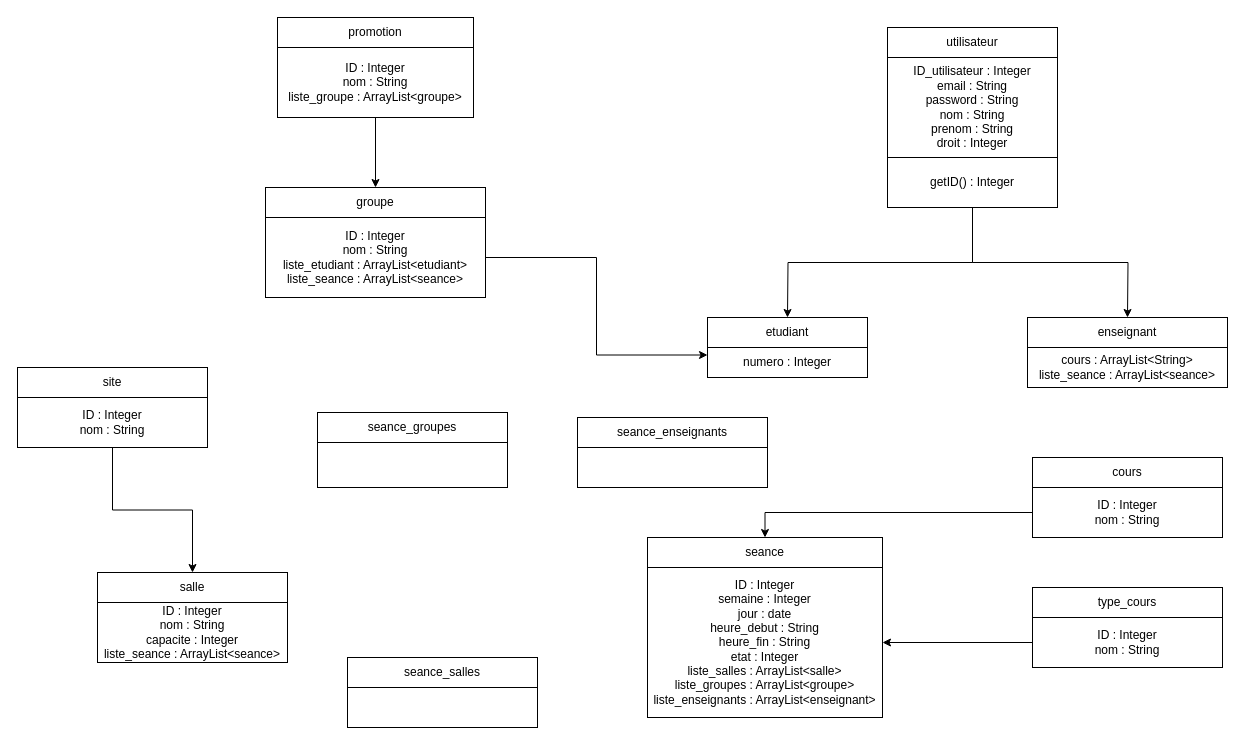
Before: Untitled Diagram.drawio in Quiery/timetable, a draw.io diagram. Source tidied: cells renumbered, new cells numbered last; positions are measured from the earlier drawing's top-left corner, leaving out a move shared by most shapes. Both pictures are drawn from the tidied source at 100%, with x=0, y=0 at pixel (17, 17).
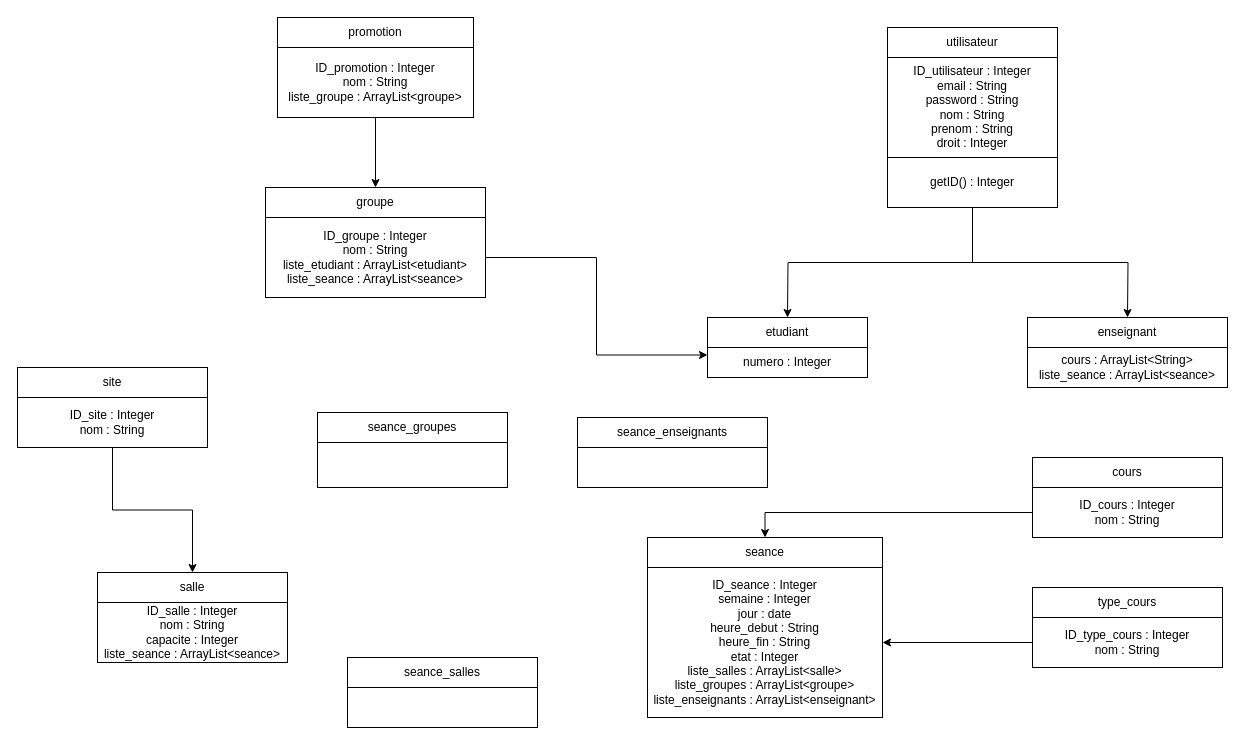
Above is the later version.

Change to the diagram source:
```diff
@@
-    <mxCell id="13" value="ID : Integer&lt;br&gt;nom : String&lt;br&gt;liste_groupe : ArrayList&amp;lt;groupe&amp;gt;" style="rounded=0;whiteSpace=wrap;html=1;" parent="1" vertex="1">
+    <mxCell id="13" value="ID_promotion : Integer&lt;br&gt;nom : String&lt;br&gt;liste_groupe : ArrayList&amp;lt;groupe&amp;gt;" style="rounded=0;whiteSpace=wrap;html=1;" parent="1" vertex="1">
       <mxGeometry x="260" y="30" width="196" height="70" as="geometry" />
     </mxCell>
@@
-    <mxCell id="16" value="ID : Integer&lt;br&gt;nom : String&lt;br&gt;liste_etudiant : ArrayList&amp;lt;etudiant&amp;gt;&lt;br&gt;liste_seance : ArrayList&amp;lt;seance&amp;gt;" style="rounded=0;whiteSpace=wrap;html=1;" parent="1" vertex="1">
+    <mxCell id="16" value="ID_groupe : Integer&lt;br&gt;nom : String&lt;br&gt;liste_etudiant : ArrayList&amp;lt;etudiant&amp;gt;&lt;br&gt;liste_seance : ArrayList&amp;lt;seance&amp;gt;" style="rounded=0;whiteSpace=wrap;html=1;" parent="1" vertex="1">
       <mxGeometry x="248" y="200" width="220" height="80" as="geometry" />
     </mxCell>
@@
-    <mxCell id="19" value="ID : Integer&lt;br&gt;nom : String" style="rounded=0;whiteSpace=wrap;html=1;" parent="1" vertex="1">
+    <mxCell id="19" value="ID_cours : Integer&lt;br&gt;nom : String" style="rounded=0;whiteSpace=wrap;html=1;" parent="1" vertex="1">
       <mxGeometry x="1015" y="470" width="190" height="50" as="geometry" />
     </mxCell>
@@
-    <mxCell id="22" value="ID : Integer&lt;br&gt;nom : String" style="rounded=0;whiteSpace=wrap;html=1;" parent="1" vertex="1">
+    <mxCell id="22" value="ID_type_cours : Integer&lt;br&gt;nom : String" style="rounded=0;whiteSpace=wrap;html=1;" parent="1" vertex="1">
       <mxGeometry x="1015" y="600" width="190" height="50" as="geometry" />
     </mxCell>
@@
-    <mxCell id="25" value="ID : Integer&lt;br&gt;nom : String" style="rounded=0;whiteSpace=wrap;html=1;" parent="1" vertex="1">
+    <mxCell id="25" value="ID_site : Integer&lt;br&gt;nom : String" style="rounded=0;whiteSpace=wrap;html=1;" parent="1" vertex="1">
       <mxGeometry y="380" width="190" height="50" as="geometry" />
     </mxCell>
@@
-    <mxCell id="27" value="ID : Integer&lt;br&gt;nom : String&lt;br&gt;capacite : Integer&lt;br&gt;liste_seance : ArrayList&amp;lt;seance&amp;gt;" style="rounded=0;whiteSpace=wrap;html=1;" parent="1" vertex="1">
+    <mxCell id="27" value="ID_salle : Integer&lt;br&gt;nom : String&lt;br&gt;capacite : Integer&lt;br&gt;liste_seance : ArrayList&amp;lt;seance&amp;gt;" style="rounded=0;whiteSpace=wrap;html=1;" parent="1" vertex="1">
       <mxGeometry x="80" y="585" width="190" height="60" as="geometry" />
     </mxCell>
@@
-    <mxCell id="29" value="ID : Integer&lt;br&gt;semaine : Integer&lt;br&gt;jour : date&lt;br&gt;heure_debut : String&lt;br&gt;heure_fin : String&lt;br&gt;etat : Integer&lt;br&gt;liste_salles : ArrayList&amp;lt;salle&amp;gt;&lt;br&gt;liste_groupes : ArrayList&amp;lt;groupe&amp;gt;&lt;br&gt;liste_enseignants : ArrayList&amp;lt;enseignant&amp;gt;" style="rounded=0;whiteSpace=wrap;html=1;" parent="1" vertex="1">
+    <mxCell id="29" value="ID_seance : Integer&lt;br&gt;semaine : Integer&lt;br&gt;jour : date&lt;br&gt;heure_debut : String&lt;br&gt;heure_fin : String&lt;br&gt;etat : Integer&lt;br&gt;liste_salles : ArrayList&amp;lt;salle&amp;gt;&lt;br&gt;liste_groupes : ArrayList&amp;lt;groupe&amp;gt;&lt;br&gt;liste_enseignants : ArrayList&amp;lt;enseignant&amp;gt;" style="rounded=0;whiteSpace=wrap;html=1;" parent="1" vertex="1">
       <mxGeometry x="630" y="550" width="235" height="150" as="geometry" />
     </mxCell>
```
